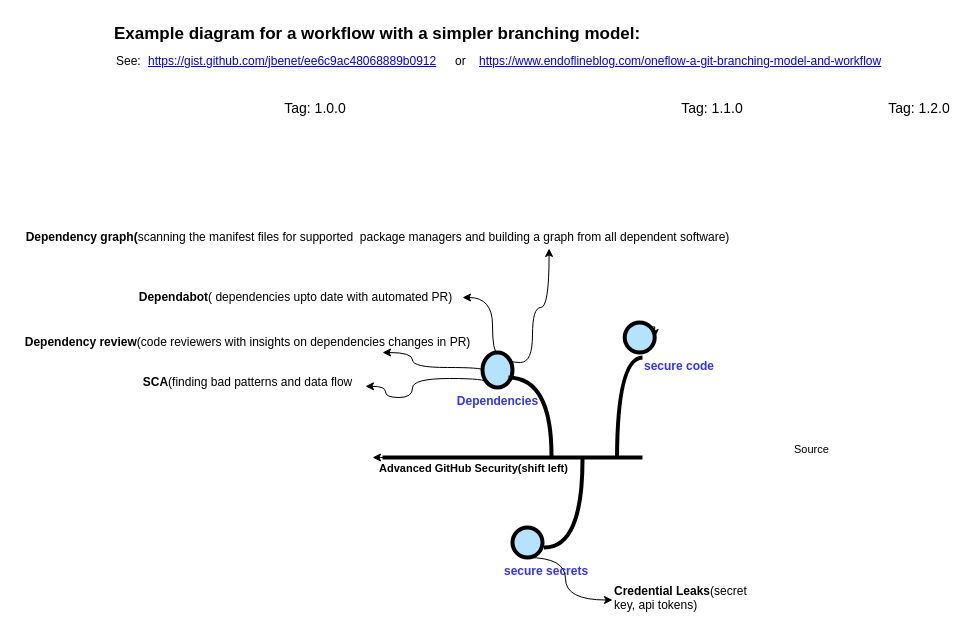
Above: Untitled Diagram.drawio in anup466/katacoda-scenarios (draw.io), before the change. Source tidied: cells renumbered, new cells numbered last; positions are measured from the earlier drawing's top-left corner, leaving out a move shared by most shapes. Both pictures are drawn from the tidied source at 100%, with x=0, y=0 at pixel (16, 17).
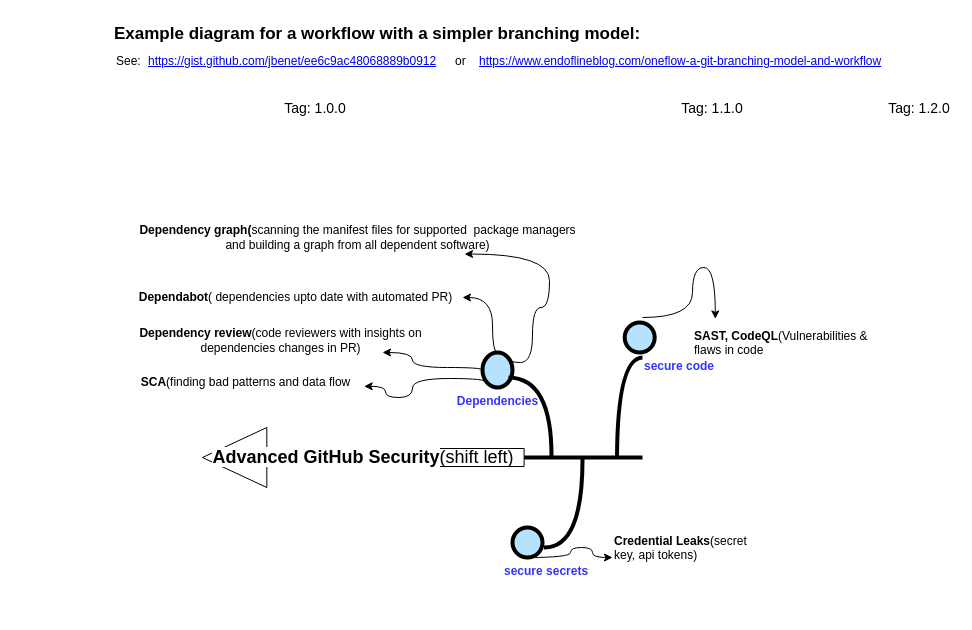
The same diagram, later.

Commit message:
github_sec

Unchanged cells that the change refers to:
```xml
<mxCell id="20" style="verticalLabelPosition=bottom;verticalAlign=top;html=1;strokeWidth=4;shape=mxgraph.flowchart.on-page_reference;plain-blue;gradientColor=none;fillColor=#B5E3Fe;strokeColor=#000000;" parent="1" vertex="1">
  <mxGeometry x="608.2" y="305" width="30" height="30" as="geometry" />
</mxCell>
<mxCell id="23" value="&lt;b&gt;&lt;font color=&quot;#3333ff&quot;&gt;secure secrets&lt;/font&gt;&lt;/b&gt;" style="text;whiteSpace=wrap;html=1;" parent="1" vertex="1">
  <mxGeometry x="486" y="540" width="100" height="40" as="geometry" />
</mxCell>
```

The edit, as a diff of the source:
```diff
@@
-    <mxCell id="13" style="endArrow=classic;html=1;rounded=0;edgeStyle=orthogonalEdgeStyle;" parent="1" edge="1">
-      <mxGeometry relative="1" as="geometry">
-        <mxPoint x="616" y="440" as="sourcePoint" />
-        <mxPoint x="356" y="440" as="targetPoint" />
-      </mxGeometry>
-    </mxCell>
-    <mxCell id="14" value="Advanced GitHub Security(shift left)" style="edgeLabel;html=1;align=center;verticalAlign=middle;fontStyle=1;" parent="13" vertex="1">
-      <mxGeometry relative="1" as="geometry">
-        <mxPoint x="-30" y="10" as="offset" />
-      </mxGeometry>
-    </mxCell>
-    <mxCell id="15" value="Source" style="edgeLabel;html=1;align=left;verticalAlign=bottom;" parent="13" vertex="1">
-      <mxGeometry x="-1" relative="1" as="geometry">
-        <mxPoint x="160" as="offset" />
-      </mxGeometry>
-    </mxCell>
@@
     <mxCell id="24" value="&lt;b&gt;SCA&lt;/b&gt;(finding bad patterns and data flow" style="text;html=1;align=center;verticalAlign=middle;points=[];strokeColor=none;" parent="1" vertex="1">
-      <mxGeometry x="115.5" y="355" width="230" height="20" as="geometry" />
+      <mxGeometry x="114.2" y="355" width="230" height="20" as="geometry" />
     </mxCell>
@@
-    <mxCell id="29" value="&lt;b&gt;Dependency review&lt;/b&gt;(code reviewers with insights on dependencies changes in PR)" style="text;html=1;align=center;verticalAlign=middle;strokeColor=none;" parent="1" vertex="1">
-      <mxGeometry x="0.5" y="315" width="460" height="20" as="geometry" />
+    <mxCell id="29" value="&lt;b&gt;Dependency review&lt;/b&gt;(code reviewers with insights on &lt;br&gt;dependencies changes in PR)" style="text;html=1;align=center;verticalAlign=middle;strokeColor=none;" parent="1" vertex="1">
+      <mxGeometry x="114.2" y="307.5" width="300" height="30" as="geometry" />
     </mxCell>
-    <mxCell id="30" value="&lt;b&gt;Dependency graph(&lt;/b&gt;&lt;span style=&quot;text-align: left&quot;&gt;scanning the manifest files for supported&amp;nbsp; package managers and building a graph from all dependent software)&lt;/span&gt;" style="text;html=1;align=center;verticalAlign=middle;points=[];strokeColor=none;" parent="1" vertex="1">
-      <mxGeometry x="0.5" y="210" width="720" height="20" as="geometry" />
+    <mxCell id="30" value="&lt;b&gt;Dependency graph(&lt;/b&gt;&lt;span style=&quot;text-align: left&quot;&gt;scanning the manifest files for supported&amp;nbsp; package managers &lt;br&gt;and building a graph from all dependent software)&lt;/span&gt;" style="text;html=1;align=center;verticalAlign=middle;points=[];strokeColor=none;" parent="1" vertex="1">
+      <mxGeometry x="115.5" y="205" width="450" height="30" as="geometry" />
     </mxCell>
-    <mxCell id="31" style="edgeStyle=orthogonalEdgeStyle;rounded=0;orthogonalLoop=1;jettySize=auto;html=1;exitX=0.855;exitY=0.145;exitDx=0;exitDy=0;exitPerimeter=0;entryX=1;entryY=0.5;entryDx=0;entryDy=0;entryPerimeter=0;" parent="1" edge="1" source="20" target="20">
-      <mxGeometry relative="1" as="geometry" />
-    </mxCell>
-    <mxCell id="32" style="edgeStyle=orthogonalEdgeStyle;rounded=0;html=1;jettySize=auto;orthogonalLoop=1;plain-blue;endArrow=none;endFill=0;strokeWidth=4;strokeColor=#000000;" parent="1" edge="1">
+    <mxCell id="32" style="edgeStyle=orthogonalEdgeStyle;rounded=0;html=1;jettySize=auto;plain-blue;endArrow=none;endFill=0;strokeWidth=4;strokeColor=#000000;startArrow=none;" parent="1" edge="1" source="37">
       <mxGeometry x="360" y="500" as="geometry">
-        <mxPoint x="366" y="440" as="sourcePoint" />
         <mxPoint x="626" y="440" as="targetPoint" />
       </mxGeometry>
     </mxCell>
@@
     <mxCell id="34" value="&lt;b&gt;Credential Leaks&lt;/b&gt;(secret key, api tokens)" style="text;whiteSpace=wrap;html=1;" parent="1" vertex="1">
-      <mxGeometry x="596" y="560" width="140" height="30" as="geometry" />
+      <mxGeometry x="596" y="510" width="140" height="40" as="geometry" />
     </mxCell>
     <mxCell id="35" style="curved=1;endArrow=classic;html=1;rounded=0;edgeStyle=orthogonalEdgeStyle;entryX=0;entryY=0.75;entryDx=0;entryDy=0;exitX=0.25;exitY=0;exitDx=0;exitDy=0;" parent="1" edge="1" source="23" target="34">
       <mxGeometry relative="1" as="geometry">
         <Array as="points">
-          <mxPoint x="549" y="540" />
-          <mxPoint x="549" y="583" />
+          <mxPoint x="554" y="540" />
+          <mxPoint x="554" y="530" />
+          <mxPoint x="576" y="530" />
+          <mxPoint x="576" y="540" />
         </Array>
       </mxGeometry>
     </mxCell>
+    <mxCell id="36" value="&lt;b&gt;SAST, CodeQL&lt;/b&gt;(Vulnerabilities &amp;amp; flaws in code" style="text;whiteSpace=wrap;html=1;" parent="1" vertex="1">
+      <mxGeometry x="676" y="305" width="200" height="35" as="geometry" />
+    </mxCell>
+    <mxCell id="37" value="&lt;span style=&quot;font-weight: 700 ; background-color: rgb(255 , 255 , 255)&quot;&gt;Advanced GitHub Security&lt;/span&gt;(shift left)" style="shape=singleArrow;direction=west;whiteSpace=wrap;html=1;fontSize=18;" parent="1" vertex="1">
+      <mxGeometry x="186" y="410" width="321.6" height="60" as="geometry" />
+    </mxCell>
+    <mxCell id="38" style="curved=1;endArrow=classic;html=1;rounded=0;edgeStyle=orthogonalEdgeStyle;fontSize=18;entryX=0.114;entryY=-0.103;entryDx=0;entryDy=0;entryPerimeter=0;" parent="1" edge="1" target="36">
+      <mxGeometry relative="1" as="geometry">
+        <mxPoint x="626" y="300" as="sourcePoint" />
+        <Array as="points">
+          <mxPoint x="676" y="300" />
+          <mxPoint x="676" y="250" />
+          <mxPoint x="699" y="250" />
+        </Array>
+      </mxGeometry>
+    </mxCell>
```
